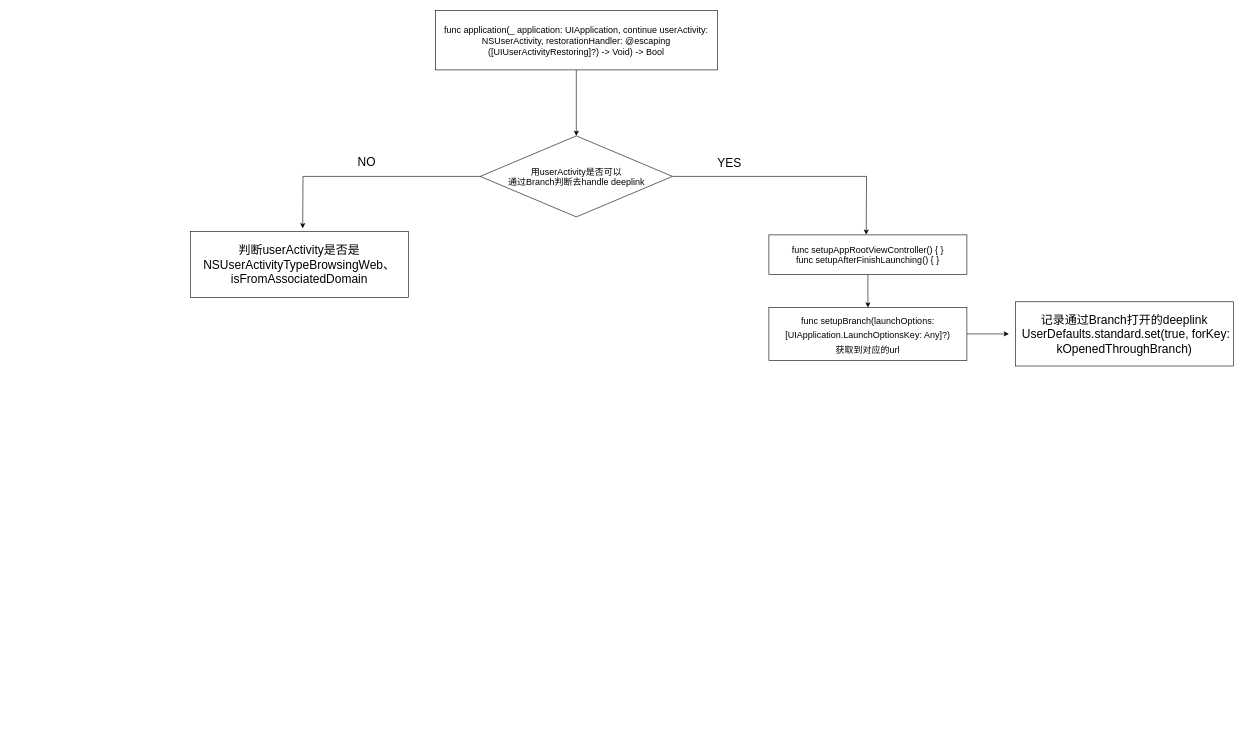
Before: Untitled Diagram.drawio in Jovins/RefactorUML, a draw.io diagram. Source tidied: cells renumbered, new cells numbered last; positions are measured from the earlier drawing's top-left corner, leaving out a move shared by most shapes. Both pictures are drawn from the tidied source at 60%, with x=0, y=0 at pixel (190, 10).
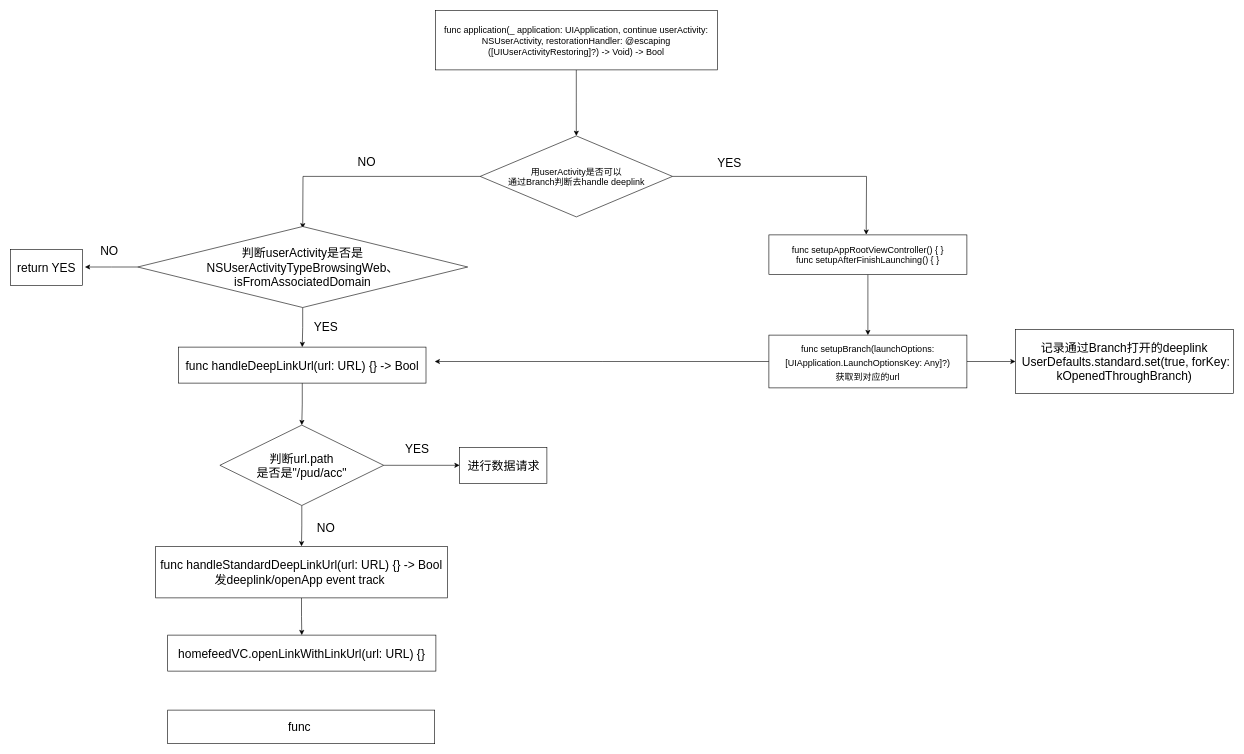
After the change.

The edit, as a diff of the source:
```diff
@@
-    <mxCell id="10" style="edgeStyle=orthogonalEdgeStyle;rounded=0;jettySize=auto;html=1;fontSize=20;" parent="1" edge="1" source="11">
-      <mxGeometry relative="1" as="geometry">
-        <mxPoint x="1364" y="539" as="targetPoint" />
-      </mxGeometry>
-    </mxCell>
+    <mxCell id="15" style="edgeStyle=orthogonalEdgeStyle;rounded=0;jettySize=auto;html=1;entryX=0;entryY=0.5;entryDx=0;entryDy=0;fontSize=20;" parent="1" edge="1" source="11" target="12">
+      <mxGeometry relative="1" as="geometry" />
+    </mxCell>
+    <mxCell id="16" style="edgeStyle=orthogonalEdgeStyle;rounded=0;jettySize=auto;html=1;fontSize=20;" parent="1" edge="1" source="11">
+      <mxGeometry relative="1" as="geometry">
+        <mxPoint x="407" y="585" as="targetPoint" />
+      </mxGeometry>
+    </mxCell>
     <mxCell id="11" value="&lt;span style=&quot;font-size: 15px;&quot;&gt;func setupBranch(launchOptions: [UIApplication.LaunchOptionsKey: Any]?)&lt;br&gt;获取到对应的url&lt;br&gt;&lt;/span&gt;" style="rounded=0;whiteSpace=wrap;html=1;fontSize=20;" parent="1" vertex="1">
-      <mxGeometry x="964" y="495" width="330" height="88" as="geometry" />
+      <mxGeometry x="964" y="541" width="330" height="88" as="geometry" />
     </mxCell>
     <mxCell id="12" value="记录通过Branch打开的deeplink&lt;br&gt;&amp;nbsp;UserDefaults.standard.set(true, forKey: kOpenedThroughBranch)" style="rounded=0;whiteSpace=wrap;html=1;fontSize=20;" parent="1" vertex="1">
-      <mxGeometry x="1375" y="485.5" width="363" height="107" as="geometry" />
+      <mxGeometry x="1375" y="531.5" width="363" height="107" as="geometry" />
     </mxCell>
-    <mxCell id="13" value="判断userActivity是否是NSUserActivityTypeBrowsingWeb、isFromAssociatedDomain" style="rounded=0;whiteSpace=wrap;html=1;fontSize=20;" parent="1" vertex="1">
-      <mxGeometry y="368" width="363" height="110" as="geometry" />
-    </mxCell>
@@
+    <mxCell id="17" style="edgeStyle=orthogonalEdgeStyle;rounded=0;jettySize=auto;html=1;fontSize=20;" parent="1" edge="1" source="19">
+      <mxGeometry relative="1" as="geometry">
+        <mxPoint x="-176" y="427.5" as="targetPoint" />
+      </mxGeometry>
+    </mxCell>
+    <mxCell id="18" style="edgeStyle=orthogonalEdgeStyle;rounded=0;jettySize=auto;html=1;entryX=0.5;entryY=0;entryDx=0;entryDy=0;fontSize=20;" parent="1" edge="1" source="19" target="23">
+      <mxGeometry relative="1" as="geometry" />
+    </mxCell>
+    <mxCell id="19" value="判断userActivity是否是&lt;br&gt;NSUserActivityTypeBrowsingWeb、&lt;br&gt;isFromAssociatedDomain" style="rhombus;whiteSpace=wrap;html=1;fontSize=20;" parent="1" vertex="1">
+      <mxGeometry x="-88" y="360" width="550" height="135" as="geometry" />
+    </mxCell>
+    <mxCell id="20" value="return YES" style="rounded=0;whiteSpace=wrap;html=1;fontSize=20;" parent="1" vertex="1">
+      <mxGeometry x="-300" y="398" width="120" height="60" as="geometry" />
+    </mxCell>
+    <mxCell id="21" value="NO" style="text;html=1;strokeColor=none;fillColor=none;align=center;verticalAlign=middle;whiteSpace=wrap;rounded=0;fontSize=20;" parent="1" vertex="1">
+      <mxGeometry x="-165" y="385" width="60" height="30" as="geometry" />
+    </mxCell>
+    <mxCell id="22" style="edgeStyle=orthogonalEdgeStyle;rounded=0;jettySize=auto;html=1;fontSize=20;" parent="1" edge="1" source="23" target="27">
+      <mxGeometry relative="1" as="geometry" />
+    </mxCell>
+    <mxCell id="23" value="func handleDeepLinkUrl(url: URL) {} -&amp;gt; Bool" style="rounded=0;whiteSpace=wrap;html=1;fontSize=20;" parent="1" vertex="1">
+      <mxGeometry x="-20" y="561" width="412.5" height="60" as="geometry" />
+    </mxCell>
+    <mxCell id="24" value="YES" style="text;html=1;strokeColor=none;fillColor=none;align=center;verticalAlign=middle;whiteSpace=wrap;rounded=0;fontSize=20;" parent="1" vertex="1">
+      <mxGeometry x="196" y="511" width="60" height="30" as="geometry" />
+    </mxCell>
+    <mxCell id="25" style="edgeStyle=orthogonalEdgeStyle;rounded=0;jettySize=auto;html=1;fontSize=20;" parent="1" edge="1" source="27" target="28">
+      <mxGeometry relative="1" as="geometry" />
+    </mxCell>
+    <mxCell id="26" style="edgeStyle=orthogonalEdgeStyle;rounded=0;jettySize=auto;html=1;fontSize=20;" parent="1" edge="1" source="27" target="31">
+      <mxGeometry relative="1" as="geometry" />
+    </mxCell>
+    <mxCell id="27" value="判断url.path&lt;br&gt;是否是&quot;/pud/acc&quot;" style="rhombus;whiteSpace=wrap;html=1;fontSize=20;rounded=0;" parent="1" vertex="1">
+      <mxGeometry x="49" y="691" width="273" height="134" as="geometry" />
+    </mxCell>
+    <mxCell id="28" value="进行数据请求" style="whiteSpace=wrap;html=1;fontSize=20;rounded=0;" parent="1" vertex="1">
+      <mxGeometry x="448.5" y="728" width="145.5" height="60" as="geometry" />
+    </mxCell>
+    <mxCell id="29" value="YES" style="text;html=1;strokeColor=none;fillColor=none;align=center;verticalAlign=middle;whiteSpace=wrap;rounded=0;fontSize=20;" parent="1" vertex="1">
+      <mxGeometry x="348" y="715" width="60" height="30" as="geometry" />
+    </mxCell>
+    <mxCell id="30" style="edgeStyle=orthogonalEdgeStyle;rounded=0;jettySize=auto;html=1;entryX=0.5;entryY=0;entryDx=0;entryDy=0;fontSize=20;" parent="1" edge="1" source="31" target="33">
+      <mxGeometry relative="1" as="geometry" />
+    </mxCell>
+    <mxCell id="31" value="func handleStandardDeepLinkUrl(url: URL) {} -&amp;gt; Bool&lt;br&gt;发deeplink/openApp event track&amp;nbsp;" style="whiteSpace=wrap;html=1;fontSize=20;rounded=0;" parent="1" vertex="1">
+      <mxGeometry x="-58" y="893" width="486" height="86" as="geometry" />
+    </mxCell>
+    <mxCell id="32" value="NO" style="text;html=1;strokeColor=none;fillColor=none;align=center;verticalAlign=middle;whiteSpace=wrap;rounded=0;fontSize=20;" parent="1" vertex="1">
+      <mxGeometry x="196" y="847" width="60" height="30" as="geometry" />
+    </mxCell>
+    <mxCell id="33" value="homefeedVC.openLinkWithLinkUrl(url: URL) {}" style="whiteSpace=wrap;html=1;fontSize=20;rounded=0;" parent="1" vertex="1">
+      <mxGeometry x="-38" y="1041" width="447" height="60" as="geometry" />
+    </mxCell>
+    <mxCell id="34" value="func&amp;nbsp;" style="whiteSpace=wrap;html=1;fontSize=20;rounded=0;" parent="1" vertex="1">
+      <mxGeometry x="-38" y="1166" width="445" height="56" as="geometry" />
+    </mxCell>
```
